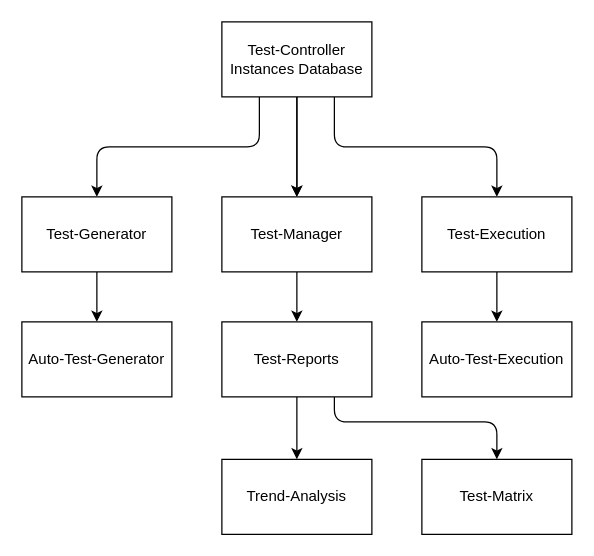
Before: documentation/designs/structure/test-management.drawio in katawart/unit-testing-system, a draw.io diagram. Source tidied: cells renumbered, new cells numbered last; positions are measured from the earlier drawing's top-left corner, leaving out a move shared by most shapes. Both pictures are drawn from the tidied source at 125%, with x=0, y=0 at pixel (21, 21).
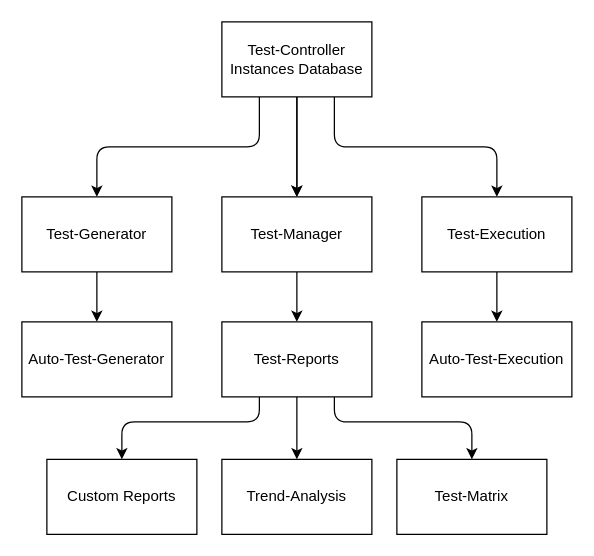
The same diagram, later.

Commit message:
modified:   documentation/designs/structure/test-management.drawio

Unchanged cells that the change refers to:
```xml
<mxCell id="15" value="Test-Reports" style="rounded=0;whiteSpace=wrap;html=1;" parent="1" vertex="1">
  <mxGeometry x="160" y="240" width="120" height="60" as="geometry" />
</mxCell>
```

The edit, as a diff of the source:
```diff
@@
     <mxCell id="13" style="edgeStyle=none;html=1;exitX=0.75;exitY=1;exitDx=0;exitDy=0;" parent="1" edge="1" source="15" target="16">
       <mxGeometry relative="1" as="geometry">
         <Array as="points">
           <mxPoint x="250" y="320" />
-          <mxPoint x="380" y="320" />
+          <mxPoint x="360" y="320" />
         </Array>
       </mxGeometry>
     </mxCell>
@@
+    <mxCell id="20" style="edgeStyle=none;html=1;exitX=0.25;exitY=1;exitDx=0;exitDy=0;" parent="1" edge="1" source="15" target="21">
+      <mxGeometry relative="1" as="geometry">
+        <Array as="points">
+          <mxPoint x="190" y="320" />
+          <mxPoint x="80" y="320" />
+        </Array>
+      </mxGeometry>
+    </mxCell>
@@
     <mxCell id="16" value="Test-Matrix" style="rounded=0;whiteSpace=wrap;html=1;" parent="1" vertex="1">
-      <mxGeometry x="320" y="350" width="120" height="60" as="geometry" />
+      <mxGeometry x="300" y="350" width="120" height="60" as="geometry" />
     </mxCell>
@@
+    <mxCell id="21" value="Custom Reports" style="rounded=0;whiteSpace=wrap;html=1;" parent="1" vertex="1">
+      <mxGeometry x="20" y="350" width="120" height="60" as="geometry" />
+    </mxCell>
```
